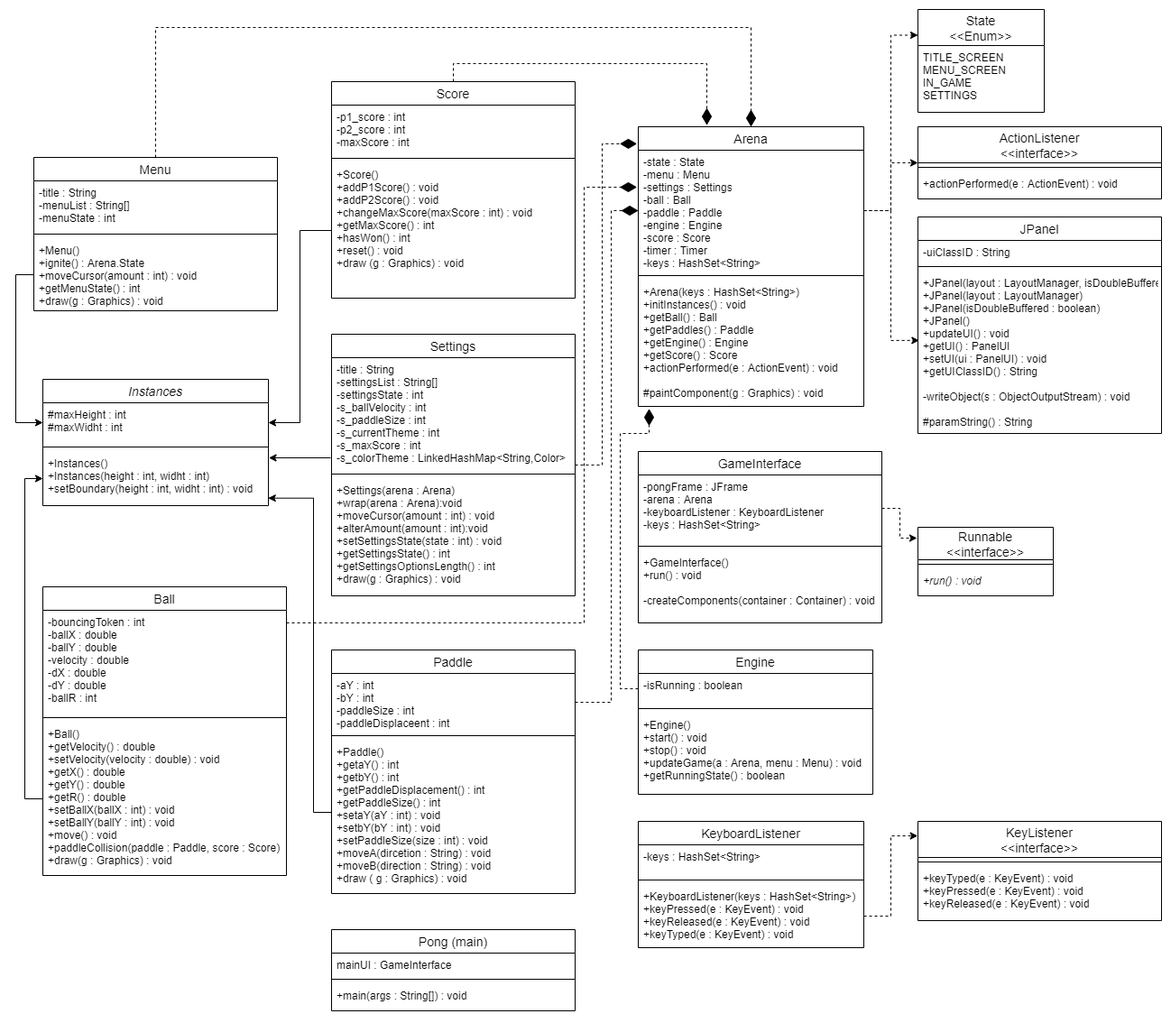
Before: images/UML.png, a diagram exported from draw.io (ojan208/Final-Project-OOP). Source tidied: cells renumbered, new cells last; positions are measured from the earlier drawing's top-left corner, leaving out a move shared by most shapes.
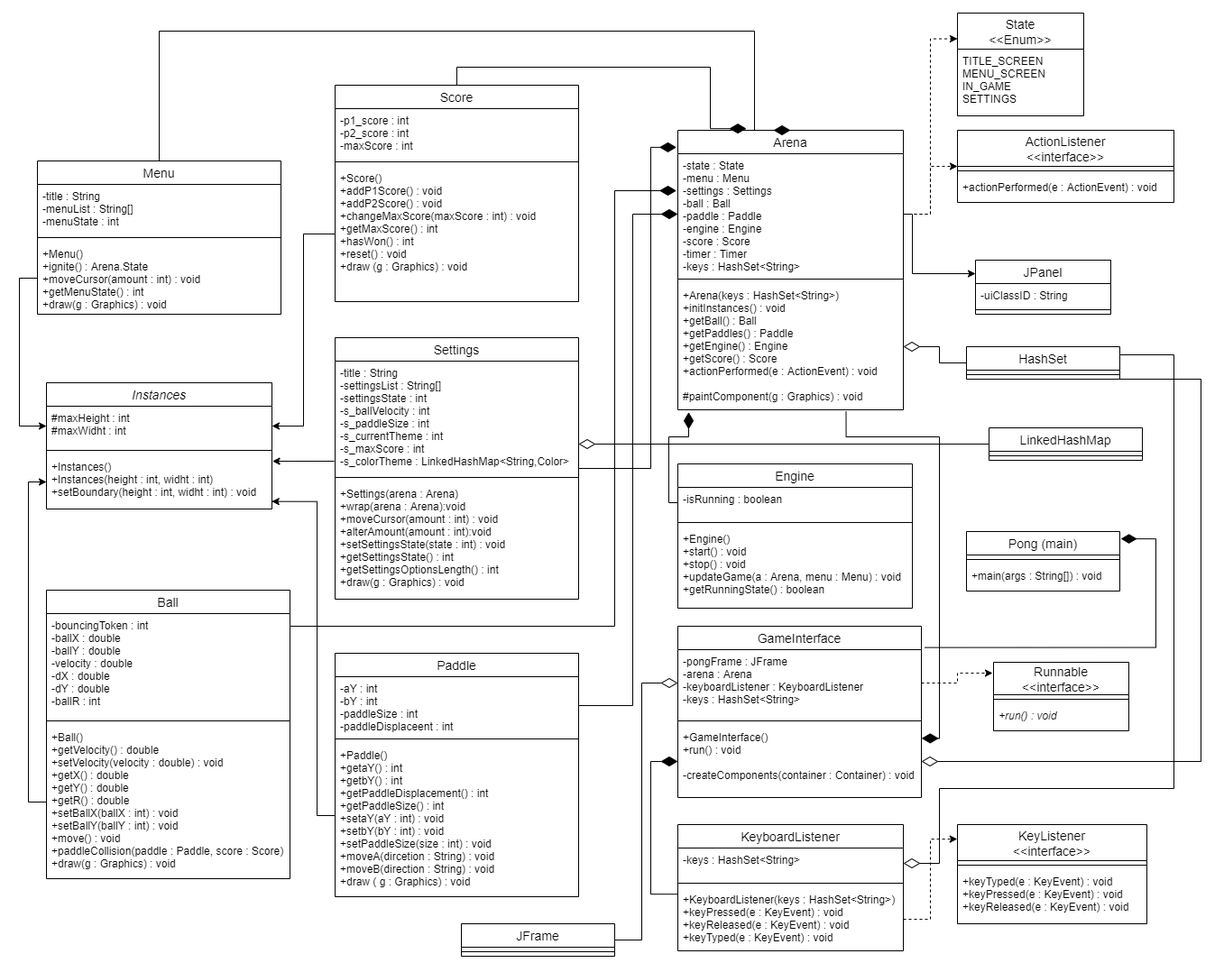
Later version of the same file.

What changed in the source:
```diff
@@ -5,3 +5,3 @@
     <mxCell id="2" value="Arena" style="swimlane;fontStyle=0;horizontal=1;startSize=26;align=center;fontSize=14;" parent="1" vertex="1">
-      <mxGeometry x="670" y="130" width="250" height="310" as="geometry" />
+      <mxGeometry x="710" y="130" width="250" height="310" as="geometry" />
     </mxCell>
@@ -17,3 +17,3 @@
     <mxCell id="6" value="State&#10;&lt;&lt;Enum&gt;&gt;" style="swimlane;fontStyle=0;horizontal=1;startSize=40;align=center;fontSize=14;" parent="1" vertex="1">
-      <mxGeometry x="980" width="140" height="114" as="geometry" />
+      <mxGeometry x="1020" width="140" height="114" as="geometry" />
     </mxCell>
@@ -23,3 +23,3 @@
     <mxCell id="8" value="GameInterface" style="swimlane;fontStyle=0;horizontal=1;startSize=26;align=center;fontSize=14;" parent="1" vertex="1">
-      <mxGeometry x="670" y="490" width="270" height="190" as="geometry" />
+      <mxGeometry x="710" y="680" width="270" height="190" as="geometry" />
     </mxCell>
@@ -47,3 +47,3 @@
     <mxCell id="16" value="Engine" style="swimlane;fontStyle=0;horizontal=1;startSize=26;align=center;fontSize=14;" parent="1" vertex="1">
-      <mxGeometry x="670" y="710" width="260" height="160" as="geometry" />
+      <mxGeometry x="710" y="500" width="260" height="160" as="geometry" />
     </mxCell>
@@ -71,3 +71,3 @@
     <mxCell id="24" value="KeyboardListener" style="swimlane;fontStyle=0;horizontal=1;startSize=26;align=center;fontSize=14;" parent="1" vertex="1">
-      <mxGeometry x="670" y="900" width="250" height="140" as="geometry" />
+      <mxGeometry x="710" y="900" width="250" height="140" as="geometry" />
     </mxCell>
@@ -82,3 +82,3 @@
     </mxCell>
-    <mxCell id="28" style="edgeStyle=orthogonalEdgeStyle;rounded=0;jettySize=auto;html=1;exitX=0.5;exitY=0;exitDx=0;exitDy=0;entryX=0.5;entryY=0;entryDx=0;entryDy=0;dashed=1;endArrow=diamondThin;endFill=1;strokeWidth=1;endSize=16;" parent="1" edge="1" source="29" target="2">
+    <mxCell id="28" style="edgeStyle=orthogonalEdgeStyle;rounded=0;jettySize=auto;html=1;exitX=0.5;exitY=0;exitDx=0;exitDy=0;entryX=0.5;entryY=0;entryDx=0;entryDy=0;endArrow=diamondThin;endFill=1;strokeWidth=1;endSize=16;" parent="1" edge="1" source="29" target="2">
       <mxGeometry relative="1" as="geometry">
@@ -114,3 +114,3 @@
     </mxCell>
-    <mxCell id="37" style="edgeStyle=orthogonalEdgeStyle;rounded=0;jettySize=auto;html=1;exitX=0.5;exitY=0;exitDx=0;exitDy=0;entryX=0.304;entryY=-0.006;entryDx=0;entryDy=0;entryPerimeter=0;dashed=1;endSize=16;endArrow=diamondThin;endFill=1;" parent="1" edge="1" source="38" target="2">
+    <mxCell id="37" style="edgeStyle=orthogonalEdgeStyle;rounded=0;jettySize=auto;html=1;exitX=0.5;exitY=0;exitDx=0;exitDy=0;entryX=0.304;entryY=-0.006;entryDx=0;entryDy=0;entryPerimeter=0;endSize=16;endArrow=diamondThin;endFill=1;" parent="1" edge="1" source="38" target="2">
       <mxGeometry relative="1" as="geometry">
@@ -134,4 +134,9 @@
     </mxCell>
-    <mxCell id="42" style="edgeStyle=orthogonalEdgeStyle;rounded=0;jettySize=auto;html=1;entryX=-0.006;entryY=0.061;entryDx=0;entryDy=0;entryPerimeter=0;dashed=1;endArrow=diamondThin;endFill=1;endSize=16;strokeWidth=1;" parent="1" edge="1" source="43" target="2">
-      <mxGeometry relative="1" as="geometry" />
+    <mxCell id="42" style="edgeStyle=orthogonalEdgeStyle;rounded=0;jettySize=auto;html=1;entryX=-0.006;entryY=0.061;entryDx=0;entryDy=0;entryPerimeter=0;endArrow=diamondThin;endFill=1;endSize=16;strokeWidth=1;" parent="1" edge="1" source="43" target="2">
+      <mxGeometry relative="1" as="geometry">
+        <Array as="points">
+          <mxPoint x="680" y="505" />
+          <mxPoint x="680" y="149" />
+        </Array>
+      </mxGeometry>
     </mxCell>
@@ -149,13 +154,18 @@
     </mxCell>
+    <mxCell id="77" style="edgeStyle=orthogonalEdgeStyle;rounded=0;jettySize=auto;html=1;entryX=1.013;entryY=-0.032;entryDx=0;entryDy=0;entryPerimeter=0;endArrow=none;endFill=0;endSize=12;strokeWidth=1;exitX=1.007;exitY=0.122;exitDx=0;exitDy=0;exitPerimeter=0;startArrow=diamondThin;startFill=1;targetPerimeterSpacing=3;startSize=15;" parent="1" edge="1" source="47" target="9">
+      <mxGeometry relative="1" as="geometry">
+        <Array as="points">
+          <mxPoint x="1240" y="583" />
+          <mxPoint x="1240" y="704" />
+        </Array>
+      </mxGeometry>
+    </mxCell>
     <mxCell id="47" value="Pong (main)" style="swimlane;fontStyle=0;horizontal=1;startSize=26;align=center;fontSize=14;" parent="1" vertex="1">
-      <mxGeometry x="330" y="1020" width="270" height="90" as="geometry" />
+      <mxGeometry x="1030" y="575" width="170" height="66" as="geometry" />
     </mxCell>
-    <mxCell id="48" value="mainUI : GameInterface" style="text;strokeColor=none;fillColor=none;spacingLeft=4;spacingRight=4;overflow=hidden;fontSize=12;direction=south;" parent="47" vertex="1">
-      <mxGeometry y="26" width="270" height="24" as="geometry" />
-    </mxCell>
     <mxCell id="49" style="line;strokeWidth=1;dashed=0;labelPosition=right;align=left;verticalAlign=middle;spacingTop=0;spacingLeft=6;" parent="47" vertex="1">
-      <mxGeometry y="50" width="270" height="10" as="geometry" />
+      <mxGeometry y="26" width="170" height="10" as="geometry" />
     </mxCell>
     <mxCell id="50" value="+main(args : String[]) : void" style="text;strokeColor=none;fillColor=none;spacingLeft=4;spacingRight=4;overflow=hidden;fontSize=12;" parent="47" vertex="1">
-      <mxGeometry y="60" width="270" height="30" as="geometry" />
+      <mxGeometry y="36" width="170" height="30" as="geometry" />
     </mxCell>
@@ -187,12 +197,12 @@
     <mxCell id="57" value="ActionListener&#10;&lt;&lt;interface&gt;&gt;" style="swimlane;fontStyle=0;horizontal=1;startSize=40;align=center;fontSize=14;" parent="1" vertex="1">
-      <mxGeometry x="980" y="130" width="270" height="80" as="geometry" />
+      <mxGeometry x="1020" y="130" width="240" height="80" as="geometry" />
     </mxCell>
     <mxCell id="58" style="line;strokeWidth=1;dashed=0;labelPosition=right;align=left;verticalAlign=middle;spacingTop=0;spacingLeft=6;" parent="57" vertex="1">
-      <mxGeometry y="40" width="270" height="10" as="geometry" />
+      <mxGeometry y="40" width="240" height="10" as="geometry" />
     </mxCell>
     <mxCell id="59" value="+actionPerformed(e : ActionEvent) : void" style="text;strokeColor=none;fillColor=none;spacingLeft=4;spacingRight=4;overflow=hidden;fontSize=12;" parent="57" vertex="1">
-      <mxGeometry y="50" width="270" height="30" as="geometry" />
+      <mxGeometry y="50" width="240" height="30" as="geometry" />
     </mxCell>
     <mxCell id="60" value="Runnable&#10;&lt;&lt;interface&gt;&gt;" style="swimlane;fontStyle=0;horizontal=1;startSize=36;align=center;fontSize=14;" parent="1" vertex="1">
-      <mxGeometry x="980" y="574" width="150" height="76" as="geometry" />
+      <mxGeometry x="1060" y="720" width="150" height="76" as="geometry" />
     </mxCell>
@@ -205,22 +215,19 @@
     <mxCell id="63" value="KeyListener&#10;&lt;&lt;interface&gt;&gt;" style="swimlane;fontStyle=0;horizontal=1;startSize=40;align=center;fontSize=14;" parent="1" vertex="1">
-      <mxGeometry x="980" y="900" width="270" height="110" as="geometry" />
+      <mxGeometry x="1020" y="900" width="210" height="110" as="geometry" />
     </mxCell>
     <mxCell id="64" style="line;strokeWidth=1;dashed=0;labelPosition=right;align=left;verticalAlign=middle;spacingTop=0;spacingLeft=6;" parent="63" vertex="1">
-      <mxGeometry y="40" width="270" height="10" as="geometry" />
+      <mxGeometry y="40" width="210" height="10" as="geometry" />
     </mxCell>
     <mxCell id="65" value="+keyTyped(e : KeyEvent) : void&#10;+keyPressed(e : KeyEvent) : void&#10;+keyReleased(e : KeyEvent) : void" style="text;strokeColor=none;fillColor=none;spacingLeft=4;spacingRight=4;overflow=hidden;fontSize=12;" parent="63" vertex="1">
-      <mxGeometry y="50" width="270" height="60" as="geometry" />
+      <mxGeometry y="50" width="210" height="60" as="geometry" />
     </mxCell>
     <mxCell id="66" value="JPanel" style="swimlane;fontStyle=0;horizontal=1;startSize=26;align=center;fontSize=14;" parent="1" vertex="1">
-      <mxGeometry x="980" y="230" width="270" height="240" as="geometry" />
+      <mxGeometry x="1040" y="274" width="150" height="60" as="geometry" />
     </mxCell>
     <mxCell id="67" value="-uiClassID : String" style="text;strokeColor=none;fillColor=none;spacingLeft=4;spacingRight=4;overflow=hidden;fontSize=12;direction=south;" parent="66" vertex="1">
-      <mxGeometry y="26" width="270" height="24" as="geometry" />
+      <mxGeometry y="26" width="150" height="24" as="geometry" />
     </mxCell>
     <mxCell id="68" style="line;strokeWidth=1;dashed=0;labelPosition=right;align=left;verticalAlign=middle;spacingTop=0;spacingLeft=6;" parent="66" vertex="1">
-      <mxGeometry y="50" width="270" height="10" as="geometry" />
+      <mxGeometry y="50" width="150" height="10" as="geometry" />
     </mxCell>
-    <mxCell id="69" value="+JPanel(layout : LayoutManager, isDoubleBuffered : boolean)&#10;+JPanel(layout : LayoutManager)&#10;+JPanel(isDoubleBuffered : boolean)&#10;+JPanel()&#10;+updateUI() : void&#10;+getUI() : PanelUI&#10;+setUI(ui : PanelUI) : void&#10;+getUIClassID() : String&#10;&#10;-writeObject(s : ObjectOutputStream) : void&#10;&#10;#paramString() : String" style="text;strokeColor=none;fillColor=none;spacingLeft=4;spacingRight=4;overflow=hidden;points=[[0,0.5],[1,0.5]];portConstraint=eastwest;fontSize=12;" parent="66" vertex="1">
-      <mxGeometry y="60" width="270" height="180" as="geometry" />
-    </mxCell>
     <mxCell id="70" style="edgeStyle=orthogonalEdgeStyle;rounded=0;jettySize=auto;html=1;exitX=1;exitY=0.5;exitDx=0;exitDy=0;entryX=-0.007;entryY=0.158;entryDx=0;entryDy=0;entryPerimeter=0;dashed=1;" parent="1" edge="1" source="9" target="60">
@@ -231,4 +238,9 @@
     </mxCell>
-    <mxCell id="72" style="edgeStyle=orthogonalEdgeStyle;rounded=0;jettySize=auto;html=1;exitX=1;exitY=0.5;exitDx=0;exitDy=0;entryX=0.005;entryY=0.427;entryDx=0;entryDy=0;entryPerimeter=0;dashed=1;" parent="1" edge="1" source="3" target="69">
-      <mxGeometry relative="1" as="geometry" />
+    <mxCell id="72" style="edgeStyle=orthogonalEdgeStyle;rounded=0;jettySize=auto;html=1;exitX=1;exitY=0.5;exitDx=0;exitDy=0;entryX=0;entryY=0.25;entryDx=0;entryDy=0;" parent="1" edge="1" source="3" target="66">
+      <mxGeometry relative="1" as="geometry">
+        <Array as="points">
+          <mxPoint x="970" y="223" />
+          <mxPoint x="970" y="289" />
+        </Array>
+      </mxGeometry>
     </mxCell>
@@ -237,3 +249,3 @@
     </mxCell>
-    <mxCell id="74" style="edgeStyle=orthogonalEdgeStyle;rounded=0;jettySize=auto;html=1;entryX=-0.006;entryY=0.306;entryDx=0;entryDy=0;entryPerimeter=0;dashed=1;endArrow=diamondThin;endFill=1;endSize=16;strokeWidth=1;" parent="1" edge="1" target="3">
+    <mxCell id="74" style="edgeStyle=orthogonalEdgeStyle;rounded=0;jettySize=auto;html=1;entryX=-0.006;entryY=0.306;entryDx=0;entryDy=0;entryPerimeter=0;endArrow=diamondThin;endFill=1;endSize=16;strokeWidth=1;" parent="1" edge="1" target="3">
       <mxGeometry relative="1" as="geometry">
@@ -241,5 +253,4 @@
         <Array as="points">
-          <mxPoint x="280" y="680" />
-          <mxPoint x="610" y="680" />
-          <mxPoint x="610" y="197" />
+          <mxPoint x="640" y="680" />
+          <mxPoint x="640" y="197" />
         </Array>
@@ -247,7 +258,7 @@
     </mxCell>
-    <mxCell id="75" style="edgeStyle=orthogonalEdgeStyle;rounded=0;jettySize=auto;html=1;exitX=1;exitY=0.5;exitDx=0;exitDy=0;entryX=0;entryY=0.5;entryDx=0;entryDy=0;dashed=1;endArrow=diamondThin;endFill=1;endSize=16;strokeWidth=1;" parent="1" edge="1" source="34" target="3">
+    <mxCell id="75" style="edgeStyle=orthogonalEdgeStyle;rounded=0;jettySize=auto;html=1;exitX=1;exitY=0.5;exitDx=0;exitDy=0;entryX=0;entryY=0.5;entryDx=0;entryDy=0;endArrow=diamondThin;endFill=1;endSize=16;strokeWidth=1;" parent="1" edge="1" source="34" target="3">
       <mxGeometry relative="1" as="geometry">
         <Array as="points">
-          <mxPoint x="640" y="768" />
-          <mxPoint x="640" y="223" />
+          <mxPoint x="660" y="768" />
+          <mxPoint x="660" y="223" />
         </Array>
@@ -255,8 +266,8 @@
     </mxCell>
-    <mxCell id="76" style="edgeStyle=orthogonalEdgeStyle;rounded=0;jettySize=auto;html=1;exitX=0;exitY=0.5;exitDx=0;exitDy=0;entryX=0.048;entryY=1.019;entryDx=0;entryDy=0;entryPerimeter=0;dashed=1;endArrow=diamondThin;endFill=1;endSize=16;strokeWidth=1;" parent="1" edge="1" source="17" target="5">
+    <mxCell id="76" style="edgeStyle=orthogonalEdgeStyle;rounded=0;jettySize=auto;html=1;exitX=0;exitY=0.5;exitDx=0;exitDy=0;entryX=0.048;entryY=1.019;entryDx=0;entryDy=0;entryPerimeter=0;endArrow=diamondThin;endFill=1;endSize=16;strokeWidth=1;" parent="1" edge="1" source="17" target="5">
       <mxGeometry relative="1" as="geometry">
         <Array as="points">
-          <mxPoint x="650" y="753" />
-          <mxPoint x="650" y="470" />
-          <mxPoint x="682" y="470" />
+          <mxPoint x="700" y="543" />
+          <mxPoint x="700" y="470" />
+          <mxPoint x="722" y="470" />
         </Array>
@@ -264,2 +275,69 @@
     </mxCell>
+    <mxCell id="78" style="edgeStyle=orthogonalEdgeStyle;rounded=0;jettySize=auto;html=1;exitX=0;exitY=0.5;exitDx=0;exitDy=0;entryX=-0.003;entryY=0.103;entryDx=0;entryDy=0;entryPerimeter=0;endArrow=none;endFill=0;endSize=16;strokeWidth=1;startArrow=diamondThin;startFill=1;startSize=16;" parent="1" edge="1" source="11" target="27">
+      <mxGeometry relative="1" as="geometry" />
+    </mxCell>
+    <mxCell id="79" style="edgeStyle=orthogonalEdgeStyle;rounded=0;jettySize=auto;html=1;exitX=1.001;exitY=0.18;exitDx=0;exitDy=0;entryX=0.746;entryY=1.014;entryDx=0;entryDy=0;entryPerimeter=0;endArrow=none;endFill=0;endSize=16;strokeWidth=1;exitPerimeter=0;startArrow=diamondThin;startFill=1;startSize=16;" parent="1" edge="1" source="11" target="5">
+      <mxGeometry relative="1" as="geometry">
+        <Array as="points">
+          <mxPoint x="1000" y="804" />
+          <mxPoint x="1000" y="470" />
+          <mxPoint x="897" y="470" />
+        </Array>
+      </mxGeometry>
+    </mxCell>
+    <mxCell id="80" value="HashSet" style="swimlane;fontStyle=0;horizontal=1;startSize=26;align=center;fontSize=14;" parent="1" vertex="1">
+      <mxGeometry x="1030" y="370" width="170" height="36" as="geometry" />
+    </mxCell>
+    <mxCell id="81" style="line;strokeWidth=1;dashed=0;labelPosition=right;align=left;verticalAlign=middle;spacingTop=0;spacingLeft=6;" parent="80" vertex="1">
+      <mxGeometry y="26" width="170" height="10" as="geometry" />
+    </mxCell>
+    <mxCell id="82" value="LinkedHashMap" style="swimlane;fontStyle=0;horizontal=1;startSize=26;align=center;fontSize=14;" parent="1" vertex="1">
+      <mxGeometry x="1055" y="460" width="170" height="36" as="geometry" />
+    </mxCell>
+    <mxCell id="83" style="line;strokeWidth=1;dashed=0;labelPosition=right;align=left;verticalAlign=middle;spacingTop=0;spacingLeft=6;" parent="82" vertex="1">
+      <mxGeometry y="26" width="170" height="10" as="geometry" />
+    </mxCell>
+    <mxCell id="84" style="edgeStyle=orthogonalEdgeStyle;rounded=0;jettySize=auto;html=1;exitX=1;exitY=0.5;exitDx=0;exitDy=0;endArrow=none;endFill=0;endSize=15;startArrow=diamondThin;startFill=0;startSize=16;" parent="1" edge="1" source="5" target="80">
+      <mxGeometry relative="1" as="geometry" />
+    </mxCell>
+    <mxCell id="85" style="edgeStyle=orthogonalEdgeStyle;rounded=0;jettySize=auto;html=1;entryX=0;entryY=0.5;entryDx=0;entryDy=0;endArrow=none;endFill=0;endSize=16;startArrow=diamondThin;startFill=0;startSize=16;" parent="1" edge="1" target="82">
+      <mxGeometry relative="1" as="geometry">
+        <mxPoint x="600" y="478" as="sourcePoint" />
+        <Array as="points">
+          <mxPoint x="600" y="478" />
+        </Array>
+      </mxGeometry>
+    </mxCell>
+    <mxCell id="86" style="edgeStyle=orthogonalEdgeStyle;rounded=0;jettySize=auto;html=1;exitX=1;exitY=0.5;exitDx=0;exitDy=0;entryX=1;entryY=0.25;entryDx=0;entryDy=0;endArrow=none;endFill=0;endSize=16;startArrow=diamondThin;startFill=0;startSize=16;" parent="1" edge="1" source="25" target="80">
+      <mxGeometry relative="1" as="geometry">
+        <Array as="points">
+          <mxPoint x="1000" y="943" />
+          <mxPoint x="1000" y="860" />
+          <mxPoint x="1260" y="860" />
+          <mxPoint x="1260" y="379" />
+        </Array>
+      </mxGeometry>
+    </mxCell>
+    <mxCell id="87" style="edgeStyle=orthogonalEdgeStyle;rounded=0;jettySize=auto;html=1;exitX=1;exitY=0.5;exitDx=0;exitDy=0;entryX=1;entryY=1;entryDx=0;entryDy=0;endArrow=none;endFill=0;endSize=16;startArrow=diamondThin;startFill=0;startSize=16;" parent="1" edge="1" source="11" target="80">
+      <mxGeometry relative="1" as="geometry">
+        <Array as="points">
+          <mxPoint x="1290" y="830" />
+          <mxPoint x="1290" y="406" />
+        </Array>
+      </mxGeometry>
+    </mxCell>
+    <mxCell id="88" value="JFrame" style="swimlane;fontStyle=0;horizontal=1;startSize=26;align=center;fontSize=14;" parent="1" vertex="1">
+      <mxGeometry x="470" y="1010" width="170" height="36" as="geometry" />
+    </mxCell>
+    <mxCell id="89" style="line;strokeWidth=1;dashed=0;labelPosition=right;align=left;verticalAlign=middle;spacingTop=0;spacingLeft=6;" parent="88" vertex="1">
+      <mxGeometry y="26" width="170" height="10" as="geometry" />
+    </mxCell>
+    <mxCell id="90" style="edgeStyle=orthogonalEdgeStyle;rounded=0;jettySize=auto;html=1;exitX=0;exitY=0.5;exitDx=0;exitDy=0;entryX=1;entryY=0.5;entryDx=0;entryDy=0;startArrow=diamondThin;startFill=0;startSize=16;endArrow=none;endFill=0;endSize=16;" parent="1" edge="1" source="9" target="88">
+      <mxGeometry relative="1" as="geometry">
+        <Array as="points">
+          <mxPoint x="670" y="743" />
+          <mxPoint x="670" y="1028" />
+        </Array>
+      </mxGeometry>
+    </mxCell>
   </root>
```
